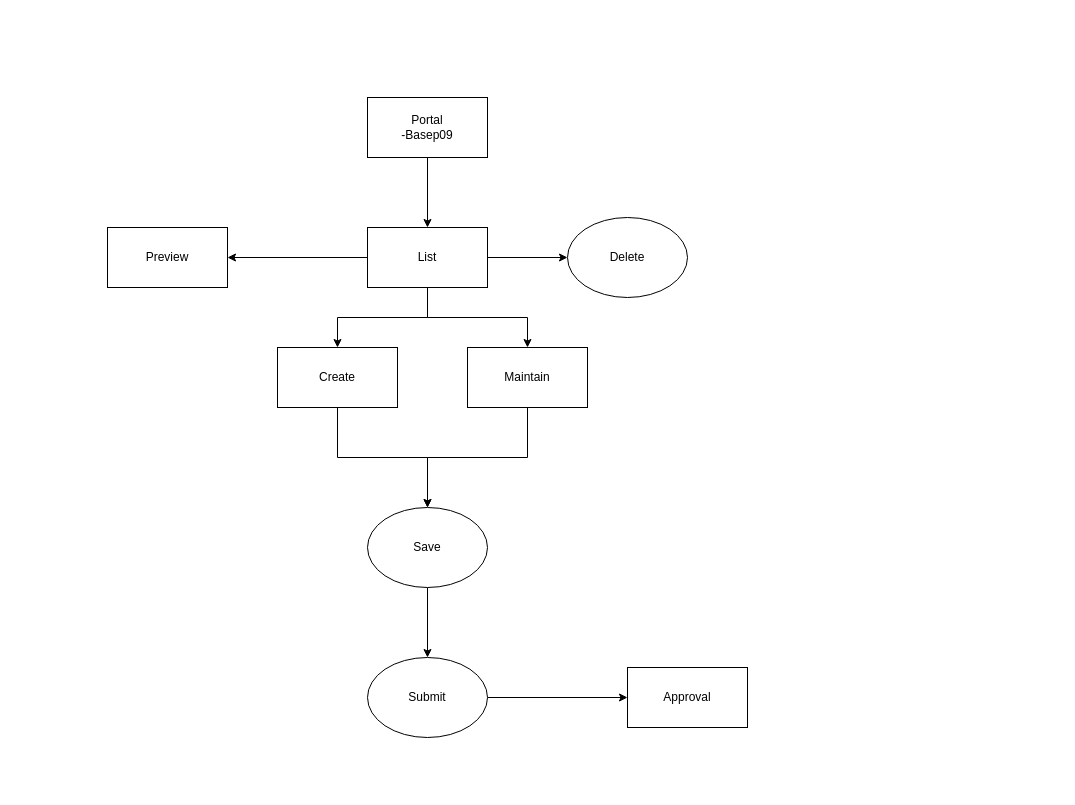
peterhu0929/pm25 keeps this draw.io diagram as Untitled Diagram.drawio. Above is the earlier version. Source tidied: cells renumbered, new cells numbered last; positions are measured from the earlier drawing's top-left corner, leaving out a move shared by most shapes. Both pictures are drawn from the tidied source at 100%, with x=0, y=0 at pixel (107, 97).
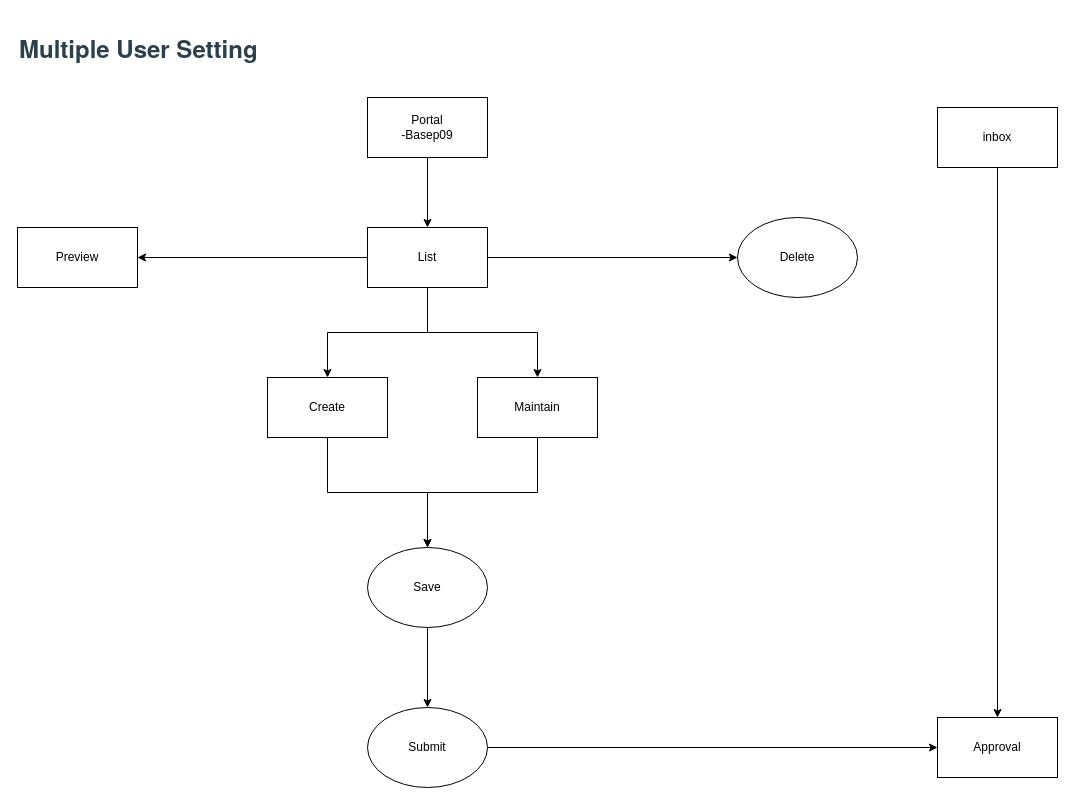
The same diagram, later.

Commit message:
Multiple User Setting.drawio

Diff of the diagram source:
```diff
@@
     <mxCell id="10" value="Create" style="rounded=0;whiteSpace=wrap;html=1;" parent="1" vertex="1">
-      <mxGeometry x="170" y="250" width="120" height="60" as="geometry" />
+      <mxGeometry x="160" y="280" width="120" height="60" as="geometry" />
     </mxCell>
@@
     <mxCell id="12" value="Maintain" style="rounded=0;whiteSpace=wrap;html=1;" parent="1" vertex="1">
-      <mxGeometry x="360" y="250" width="120" height="60" as="geometry" />
+      <mxGeometry x="370" y="280" width="120" height="60" as="geometry" />
     </mxCell>
@@
     <mxCell id="14" value="Save" style="ellipse;whiteSpace=wrap;html=1;" parent="1" vertex="1">
-      <mxGeometry x="260" y="410" width="120" height="80" as="geometry" />
+      <mxGeometry x="260" y="450" width="120" height="80" as="geometry" />
     </mxCell>
@@
     <mxCell id="16" value="Submit" style="ellipse;whiteSpace=wrap;html=1;" parent="1" vertex="1">
-      <mxGeometry x="260" y="560" width="120" height="80" as="geometry" />
+      <mxGeometry x="260" y="610" width="120" height="80" as="geometry" />
     </mxCell>
     <mxCell id="17" value="Preview" style="rounded=0;whiteSpace=wrap;html=1;" parent="1" vertex="1">
-      <mxGeometry y="130" width="120" height="60" as="geometry" />
+      <mxGeometry x="-90" y="130" width="120" height="60" as="geometry" />
     </mxCell>
     <mxCell id="18" value="Delete" style="ellipse;whiteSpace=wrap;html=1;" parent="1" vertex="1">
-      <mxGeometry x="460" y="120" width="120" height="80" as="geometry" />
+      <mxGeometry x="630" y="120" width="120" height="80" as="geometry" />
     </mxCell>
     <mxCell id="19" value="Approval" style="whiteSpace=wrap;html=1;" parent="1" vertex="1">
-      <mxGeometry x="520" y="570" width="120" height="60" as="geometry" />
+      <mxGeometry x="830" y="620" width="120" height="60" as="geometry" />
     </mxCell>
+    <mxCell id="20" value="&lt;h2 class=&quot;header-line&quot; style=&quot;box-sizing: border-box ; font-family: &amp;#34;microsoft jhenghei&amp;#34; , &amp;#34;helvetica neue&amp;#34; , &amp;#34;helvetica&amp;#34; , &amp;#34;arial&amp;#34; , sans-serif ; margin-top: 10px ; margin-bottom: 0px ; color: rgb(44 , 63 , 76) ; font-style: normal ; letter-spacing: normal ; text-indent: 0px ; text-transform: none ; word-spacing: 0px ; background-color: rgb(255 , 255 , 255)&quot;&gt;&lt;font style=&quot;font-size: 24px&quot;&gt;Multiple User Setting&lt;/font&gt;&lt;/h2&gt;" style="text;whiteSpace=wrap;html=1;" parent="1" vertex="1">
+      <mxGeometry x="-90" y="-80" width="340" height="40" as="geometry" />
+    </mxCell>
+    <mxCell id="21" style="edgeStyle=orthogonalEdgeStyle;rounded=0;jettySize=auto;html=1;entryX=0.5;entryY=0;entryDx=0;entryDy=0;fontSize=24;" parent="1" edge="1" source="22" target="19">
+      <mxGeometry relative="1" as="geometry" />
+    </mxCell>
+    <mxCell id="22" value="inbox" style="rounded=0;whiteSpace=wrap;html=1;" parent="1" vertex="1">
+      <mxGeometry x="830" y="10" width="120" height="60" as="geometry" />
+    </mxCell>
```
